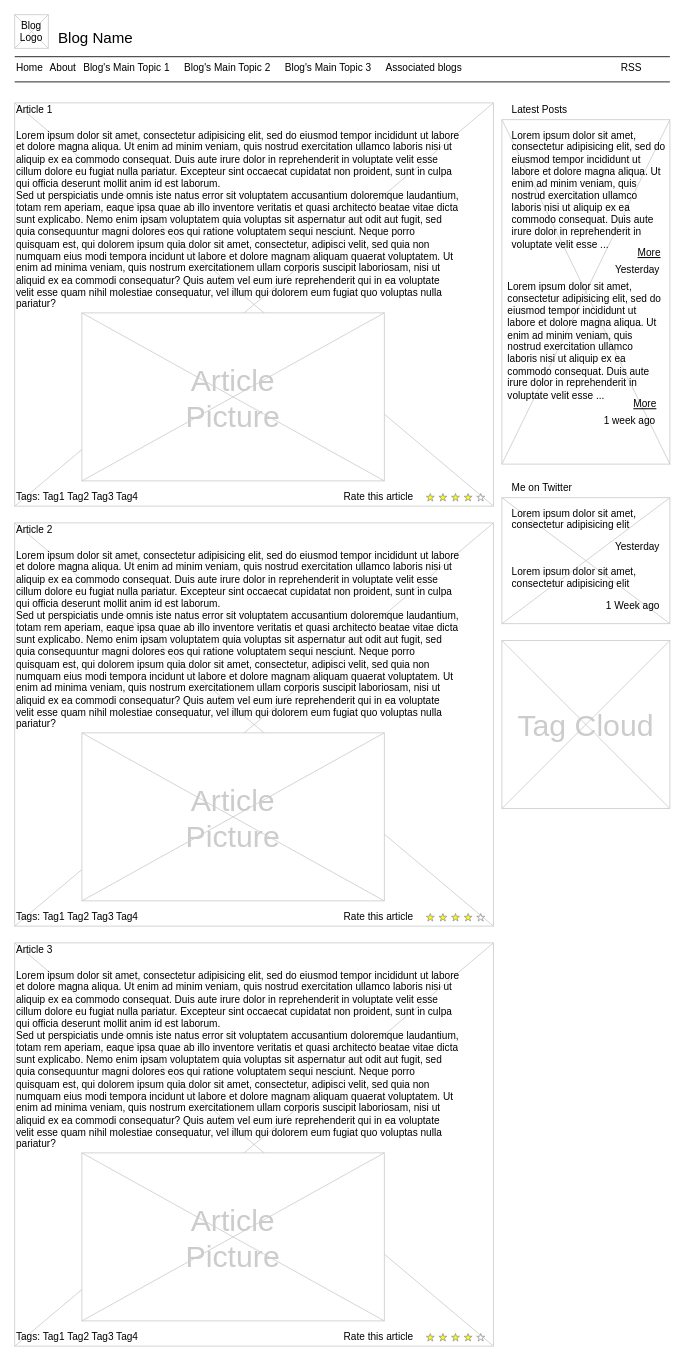
Earlier version of the draw.io diagram Untitled Diagram.drawio (Mrnimbus1/InterfaceDesignUsingCss-). Source tidied: cells renumbered, new cells numbered last; positions are measured from the earlier drawing's top-left corner, leaving out a move shared by most shapes. Both pictures are drawn from the tidied source at 84%, with x=0, y=0 at pixel (14, 14).
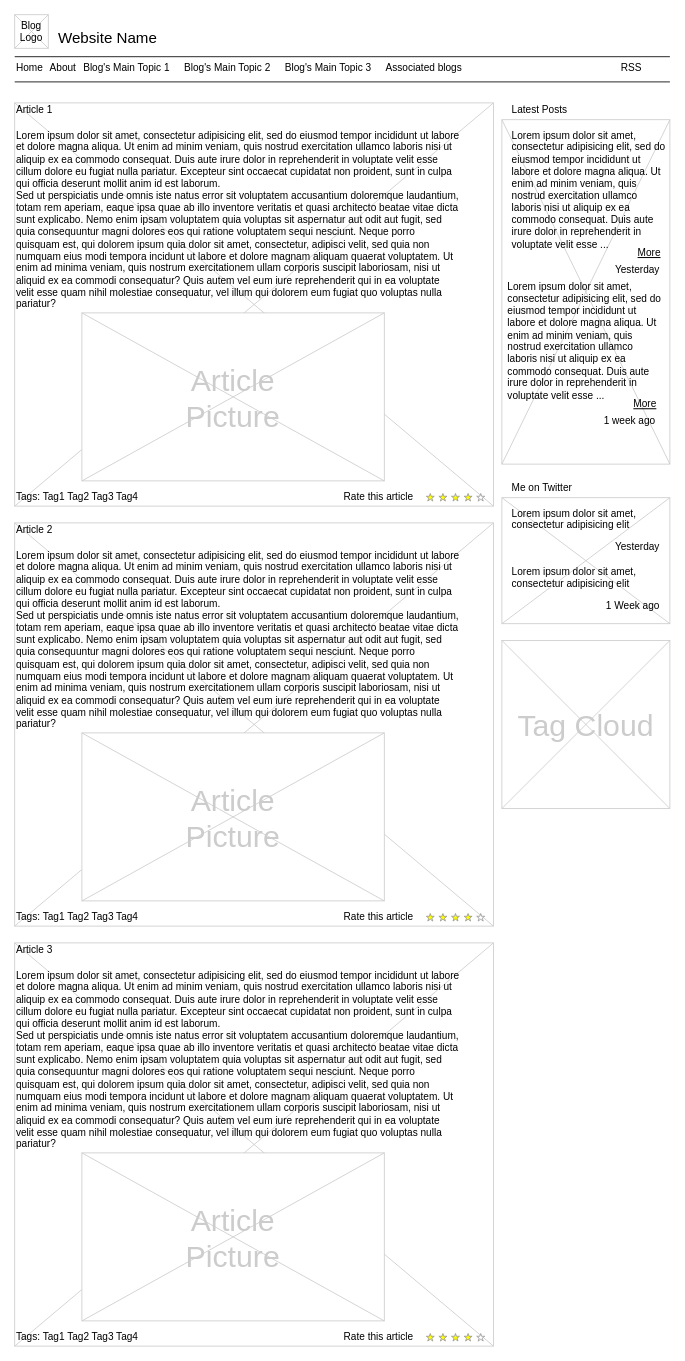
Above is the later version.

Diff of the diagram source:
```diff
@@
-    <mxCell id="4" value="Blog Name" style="text;spacingTop=-5;fontSize=18;fontStyle=0;" parent="1" vertex="1">
+    <mxCell id="4" value="Website Name" style="text;spacingTop=-5;fontSize=18;fontStyle=0;" parent="1" vertex="1">
       <mxGeometry x="50" y="15" width="230" height="20" as="geometry" />
     </mxCell>
```
